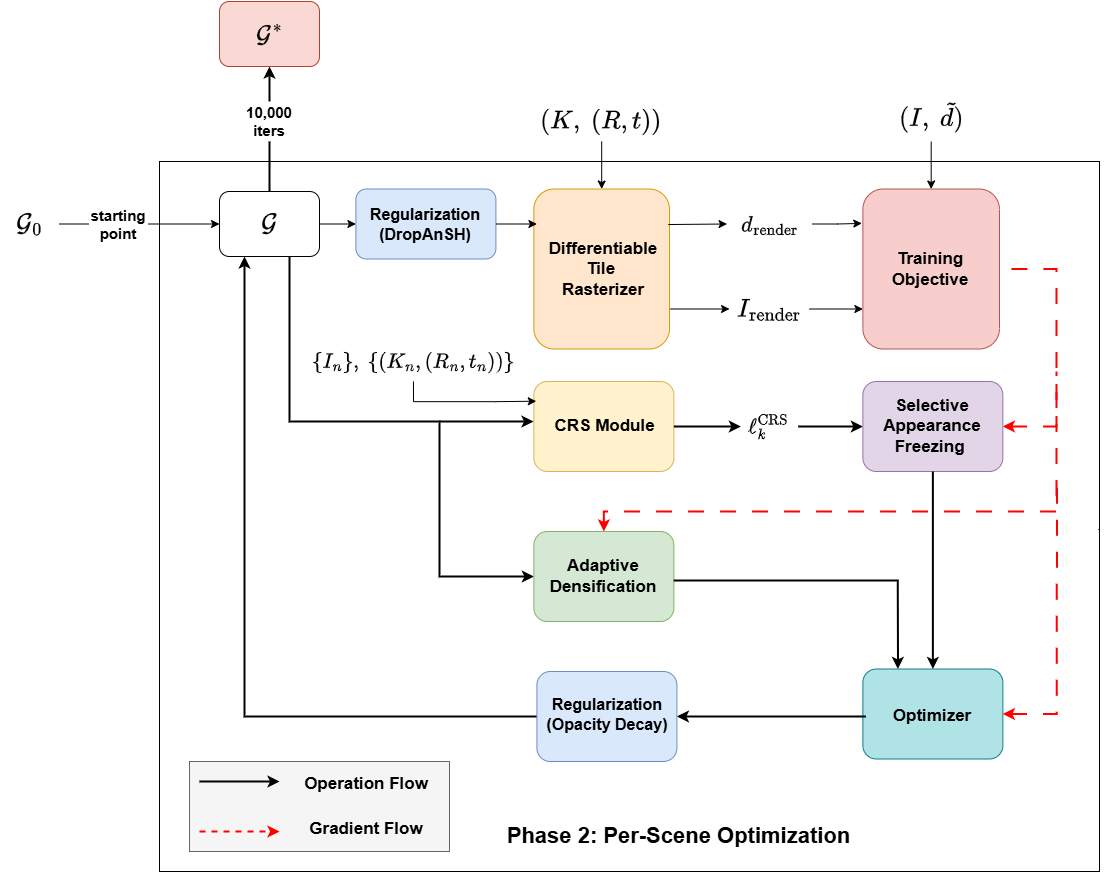
myduynn04/ReDI-GS keeps this draw.io diagram as assets/phase2.png. Above is the earlier version. Source tidied: cells renumbered, new cells last; positions are measured from the earlier drawing's top-left corner, leaving out a move shared by most shapes.
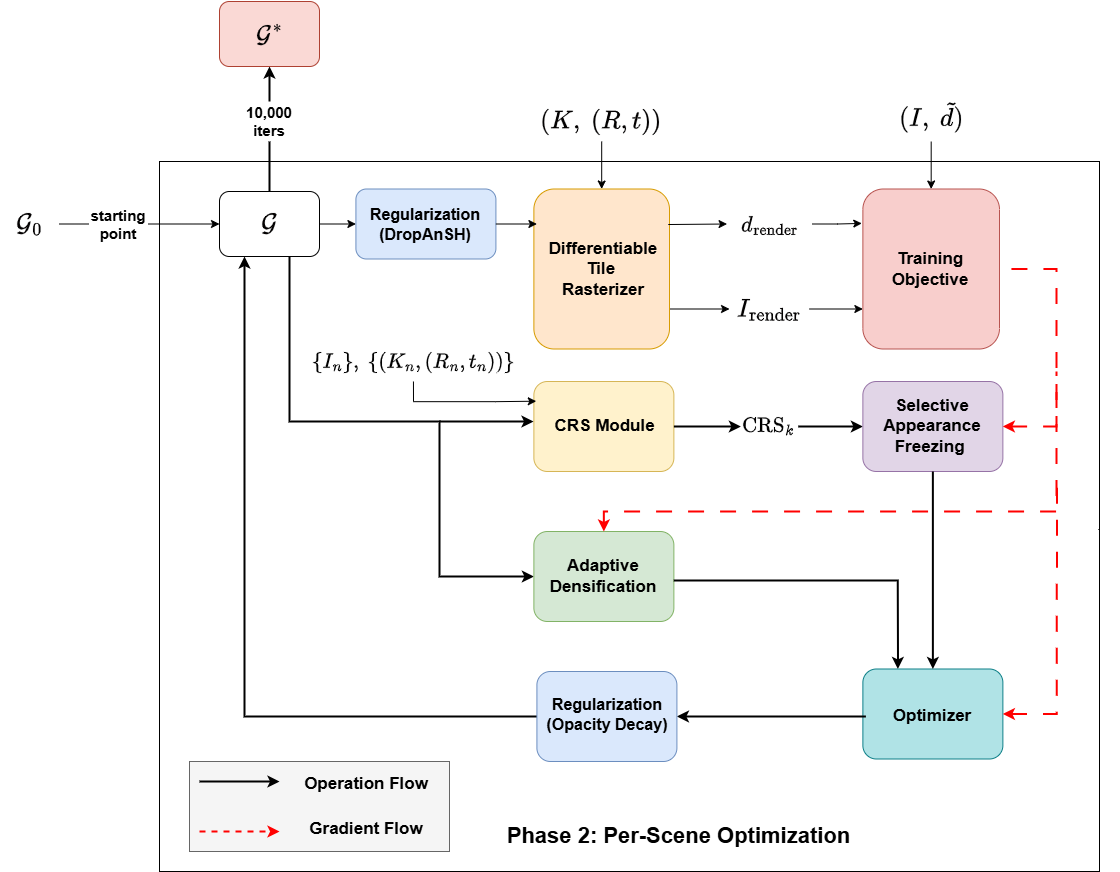
The same diagram one commit later.

Change to the diagram source:
```diff
@@ -110,7 +110,7 @@
     <mxCell id="33" style="edgeStyle=orthogonalEdgeStyle;rounded=0;jettySize=auto;html=1;exitX=1;exitY=0.5;exitDx=0;exitDy=0;endArrow=classic;endFill=1;strokeWidth=2;entryX=0;entryY=0.5;entryDx=0;entryDy=0;" parent="1" edge="1" source="34" target="36">
       <mxGeometry relative="1" as="geometry" />
     </mxCell>
-    <mxCell id="34" value="&lt;font style=&quot;font-size: 18px;&quot;&gt;$$\ell_k^{\mathrm{CRS}}$$&lt;/font&gt;" style="text;html=1;whiteSpace=wrap;strokeColor=none;fillColor=none;align=center;verticalAlign=middle;rounded=0;" parent="1" vertex="1">
+    <mxCell id="34" value="&lt;font style=&quot;font-size: 18px;&quot;&gt;$$\mathrm{CRS}_k$$&lt;/font&gt;" style="text;html=1;whiteSpace=wrap;strokeColor=none;fillColor=none;align=center;verticalAlign=middle;rounded=0;" parent="1" vertex="1">
       <mxGeometry x="741.4" y="405" width="57.4" height="40" as="geometry" />
     </mxCell>
     <mxCell id="35" style="endArrow=none;dashed=1;html=1;rounded=0;entryX=1;entryY=0.5;entryDx=0;entryDy=0;exitX=0.5;exitY=0;exitDx=0;exitDy=0;edgeStyle=orthogonalEdgeStyle;startArrow=classic;startFill=1;dashPattern=8 8;strokeColor=#FF0000;strokeWidth=2;" parent="1" edge="1" source="30" target="24">
```
